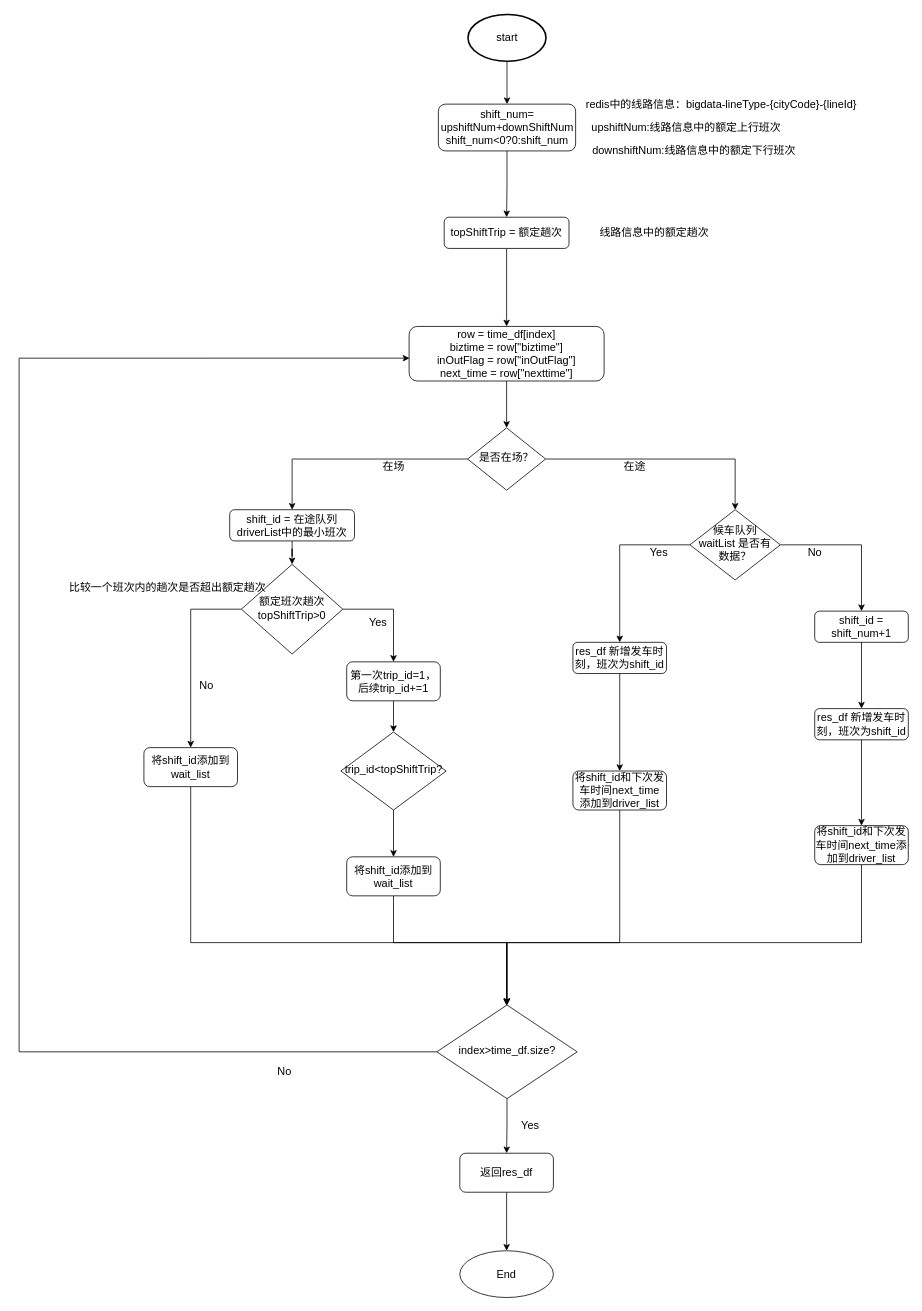
This is Untitled Diagram.drawio from alwayChina/draw, a draw.io file, before an edit. Source tidied: cells renumbered, new cells numbered last; positions are measured from the earlier drawing's top-left corner, leaving out a move shared by most shapes. Both pictures are drawn from the tidied source at 78%, with x=0, y=0 at pixel (19, 14).
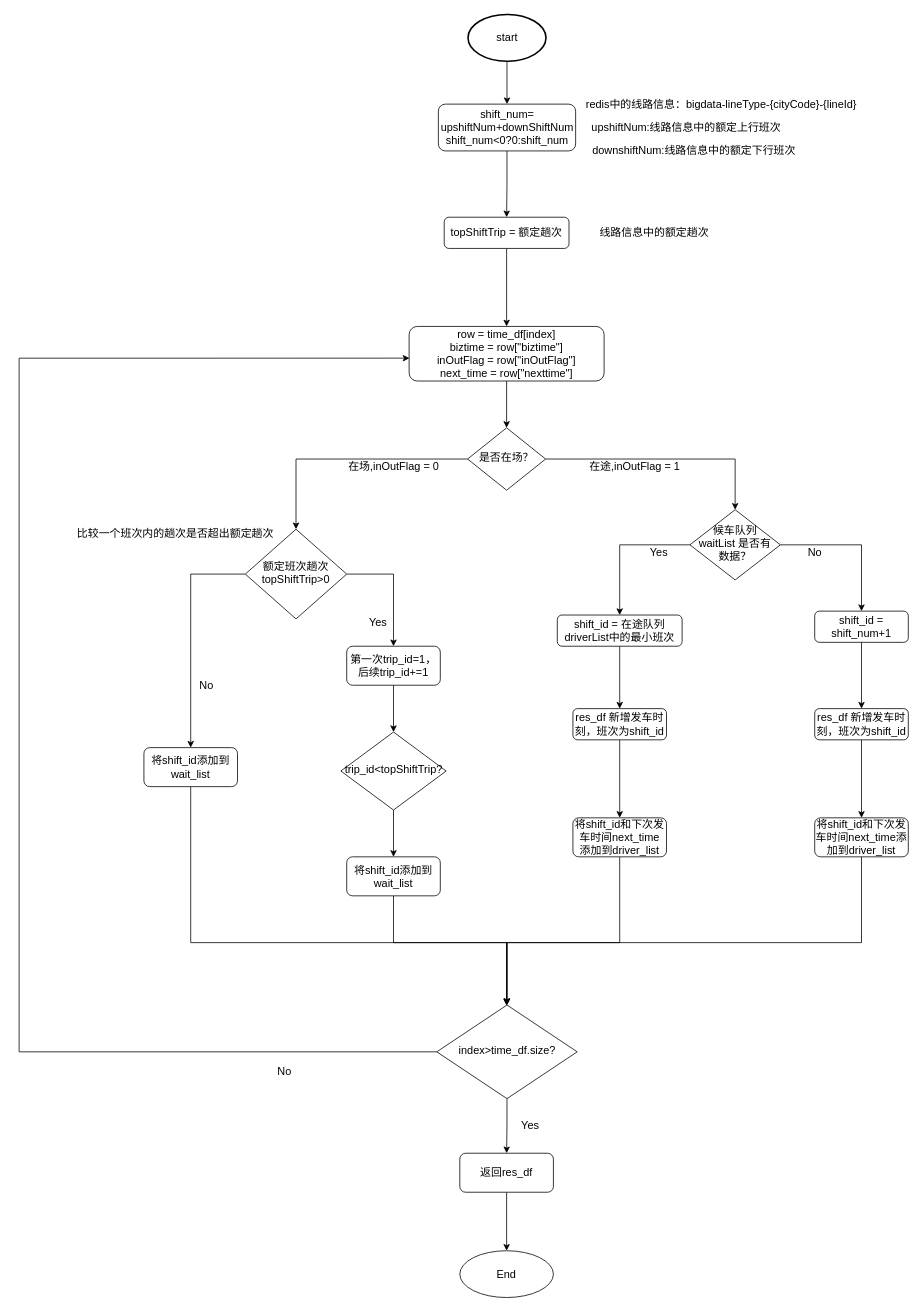
The same page after the edit.

The change refers to these unchanged cells:
```xml
<mxCell id="6" value="是否在场？" style="rhombus;whiteSpace=wrap;html=1;shadow=0;fontFamily=Helvetica;fontSize=14;align=center;strokeWidth=1;spacing=6;spacingTop=-4;" parent="1" vertex="1">
  <mxGeometry x="575" y="530" width="100" height="80" as="geometry" />
</mxCell>
<mxCell id="11" value="候车队列 waitList 是否有数据？" style="rhombus;whiteSpace=wrap;html=1;shadow=0;fontFamily=Helvetica;fontSize=14;align=center;strokeWidth=1;spacing=6;spacingTop=-4;" parent="1" vertex="1">
  <mxGeometry x="860" y="635" width="116" height="90" as="geometry" />
</mxCell>
```

Diff of the diagram source:
```diff
@@
-    <mxCell id="4" style="edgeStyle=orthogonalEdgeStyle;rounded=0;jettySize=auto;html=1;exitX=0;exitY=0.5;exitDx=0;exitDy=0;fontFamily=Helvetica;fontSize=14;" parent="1" edge="1" source="6" target="8">
+    <mxCell id="4" style="edgeStyle=orthogonalEdgeStyle;rounded=0;jettySize=auto;html=1;exitX=0;exitY=0.5;exitDx=0;exitDy=0;fontFamily=Helvetica;fontSize=14;entryX=0.5;entryY=0;entryDx=0;entryDy=0;" parent="1" edge="1" source="6" target="36">
       <mxGeometry relative="1" as="geometry" />
     </mxCell>
@@
-    <mxCell id="7" style="edgeStyle=orthogonalEdgeStyle;rounded=0;jettySize=auto;html=1;entryX=0.5;entryY=0;entryDx=0;entryDy=0;fontFamily=Helvetica;fontSize=14;" parent="1" edge="1" source="8" target="36">
-      <mxGeometry relative="1" as="geometry" />
-    </mxCell>
-    <mxCell id="8" value="shift_id = 在途队列driverList中的最小班次" style="rounded=1;whiteSpace=wrap;html=1;fontSize=14;glass=0;strokeWidth=1;shadow=0;fontFamily=Helvetica;" parent="1" vertex="1">
-      <mxGeometry x="270" y="635" width="160" height="40" as="geometry" />
-    </mxCell>
-    <mxCell id="9" style="edgeStyle=orthogonalEdgeStyle;rounded=0;jettySize=auto;html=1;exitX=0;exitY=0.5;exitDx=0;exitDy=0;entryX=0.5;entryY=0;entryDx=0;entryDy=0;fontFamily=Helvetica;fontSize=14;" parent="1" edge="1" source="11" target="13">
-      <mxGeometry relative="1" as="geometry" />
-    </mxCell>
@@
+    <mxCell id="58" style="edgeStyle=orthogonalEdgeStyle;rounded=0;jettySize=auto;html=1;exitX=0;exitY=0.5;exitDx=0;exitDy=0;" parent="1" edge="1" source="11" target="8">
+      <mxGeometry relative="1" as="geometry" />
+    </mxCell>
@@
     <mxCell id="13" value="res_df 新增发车时刻，班次为shift_id" style="rounded=1;whiteSpace=wrap;html=1;fontSize=14;glass=0;strokeWidth=1;shadow=0;fontFamily=Helvetica;" parent="1" vertex="1">
-      <mxGeometry x="710" y="805" width="120" height="40" as="geometry" />
+      <mxGeometry x="710" y="890" width="120" height="40" as="geometry" />
     </mxCell>
@@
-    <mxCell id="16" value="在场" style="text;html=1;align=center;verticalAlign=middle;strokeColor=none;fillColor=none;fontFamily=Helvetica;fontSize=14;" parent="1" vertex="1">
-      <mxGeometry x="455" y="565" width="50" height="30" as="geometry" />
+    <mxCell id="16" value="在场,inOutFlag = 0" style="text;html=1;align=center;verticalAlign=middle;strokeColor=none;fillColor=none;fontFamily=Helvetica;fontSize=14;" parent="1" vertex="1">
+      <mxGeometry x="410" y="565" width="140" height="30" as="geometry" />
     </mxCell>
-    <mxCell id="17" value="在途" style="text;html=1;align=center;verticalAlign=middle;strokeColor=none;fillColor=none;fontFamily=Helvetica;fontSize=14;" parent="1" vertex="1">
-      <mxGeometry x="764" y="565" width="50" height="30" as="geometry" />
+    <mxCell id="17" value="在途,inOutFlag = 1" style="text;html=1;align=center;verticalAlign=middle;strokeColor=none;fillColor=none;fontFamily=Helvetica;fontSize=14;" parent="1" vertex="1">
+      <mxGeometry x="719" y="565" width="140" height="30" as="geometry" />
     </mxCell>
@@
     <mxCell id="21" value="将shift_id和下次发车时间next_time&lt;br style=&quot;font-size: 14px;&quot;&gt;添加到driver_list" style="whiteSpace=wrap;html=1;rounded=1;glass=0;strokeWidth=1;shadow=0;fontFamily=Helvetica;fontSize=14;" parent="1" vertex="1">
-      <mxGeometry x="710" y="970" width="120" height="50" as="geometry" />
+      <mxGeometry x="710" y="1030" width="120" height="50" as="geometry" />
     </mxCell>
@@
     <mxCell id="25" value="将shift_id和下次发车时间next_time添加到driver_list" style="whiteSpace=wrap;html=1;rounded=1;glass=0;strokeWidth=1;shadow=0;fontFamily=Helvetica;fontSize=14;" parent="1" vertex="1">
-      <mxGeometry x="1020" y="1040" width="120" height="50" as="geometry" />
+      <mxGeometry x="1020" y="1030" width="120" height="50" as="geometry" />
     </mxCell>
@@
     <mxCell id="36" value="额定班次趟次topShiftTrip&amp;gt;0" style="rhombus;whiteSpace=wrap;html=1;shadow=0;fontFamily=Helvetica;fontSize=14;align=center;strokeWidth=1;spacing=6;spacingTop=-4;" parent="1" vertex="1">
-      <mxGeometry x="285" y="705" width="130" height="115" as="geometry" />
+      <mxGeometry x="290" y="660" width="130" height="115" as="geometry" />
     </mxCell>
@@
     <mxCell id="40" value="第一次trip_id=1，&lt;br style=&quot;font-size: 14px;&quot;&gt;后续trip_id+=1" style="whiteSpace=wrap;html=1;rounded=1;glass=0;strokeWidth=1;shadow=0;fontFamily=Helvetica;fontSize=14;" parent="1" vertex="1">
-      <mxGeometry x="420" y="830" width="120" height="50" as="geometry" />
+      <mxGeometry x="420" y="810" width="120" height="50" as="geometry" />
     </mxCell>
@@
     <mxCell id="43" value="比较一个班次内的趟次是否超出额定趟次" style="text;html=1;align=center;verticalAlign=middle;strokeColor=none;fillColor=none;fontFamily=Helvetica;fontSize=14;" parent="1" vertex="1">
-      <mxGeometry x="50" y="720" width="280" height="30" as="geometry" />
+      <mxGeometry x="60" y="650" width="280" height="30" as="geometry" />
     </mxCell>
@@
+    <mxCell id="59" style="edgeStyle=orthogonalEdgeStyle;rounded=0;jettySize=auto;html=1;exitX=0.5;exitY=1;exitDx=0;exitDy=0;" parent="1" edge="1" source="8" target="13">
+      <mxGeometry relative="1" as="geometry" />
+    </mxCell>
+    <mxCell id="8" value="shift_id = 在途队列driverList中的最小班次" style="rounded=1;whiteSpace=wrap;html=1;fontSize=14;glass=0;strokeWidth=1;shadow=0;fontFamily=Helvetica;" parent="1" vertex="1">
+      <mxGeometry x="690" y="770" width="160" height="40" as="geometry" />
+    </mxCell>
```
